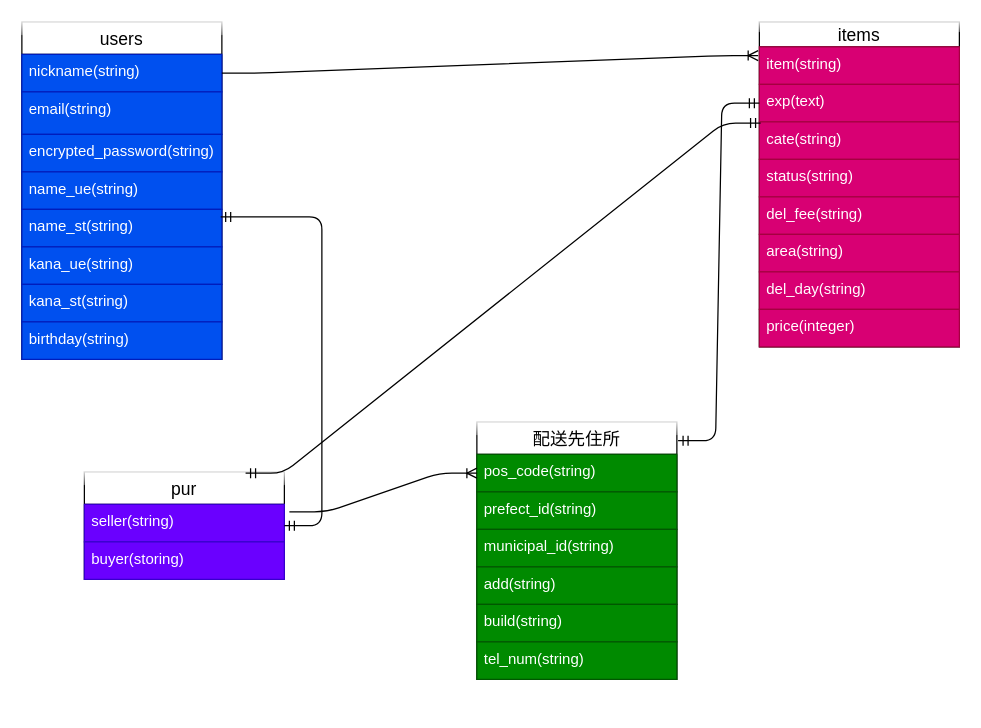
This is furima.dio from waribasi/furima-36985, a draw.io file, before an edit. Source tidied: cells renumbered, new cells numbered last; positions are measured from the earlier drawing's top-left corner, leaving out a move shared by most shapes. Both pictures are drawn from the tidied source at 125%, with x=0, y=0 at pixel (21, 21).
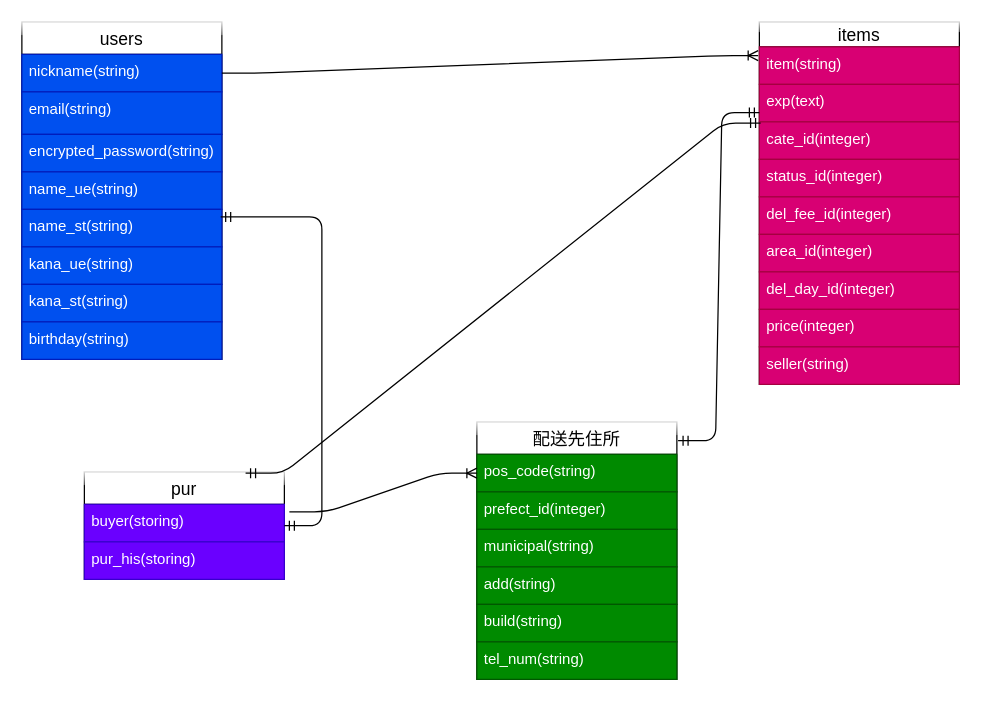
The same page after the edit.

Commit message (it also covers changes not shown here):
データベース設計（修正２）

The change refers to these unchanged cells:
```xml
<mxCell id="20" value="配送先住所" style="swimlane;fontStyle=0;horizontal=1;startSize=26;align=center;fontSize=14;glass=1;" parent="1" vertex="1">
  <mxGeometry x="364" y="320" width="160" height="206" as="geometry" />
</mxCell>
<mxCell id="21" value="pos_code(string)" style="text;strokeColor=#005700;fillColor=#008a00;spacingLeft=4;spacingRight=4;overflow=hidden;points=[[0,0.5],[1,0.5]];portConstraint=eastwest;fontSize=12;fontColor=#ffffff;" parent="20" vertex="1">
  <mxGeometry y="26" width="160" height="30" as="geometry" />
</mxCell>
<mxCell id="31" value="pur" style="swimlane;fontStyle=0;horizontal=1;startSize=26;align=center;fontSize=14;glass=1;" parent="1" vertex="1">
  <mxGeometry x="50" y="360" width="160" height="86" as="geometry" />
</mxCell>
```

The edit, as a diff of the source:
```diff
@@
     <mxCell id="11" value="items" style="swimlane;fontStyle=0;horizontal=1;startSize=20;align=center;fontSize=14;glass=1;" parent="1" vertex="1">
-      <mxGeometry x="590" width="160" height="260" as="geometry" />
+      <mxGeometry x="590" width="160" height="290" as="geometry" />
     </mxCell>
@@
-    <mxCell id="14" value="cate(string)" style="text;strokeColor=#A50040;fillColor=#d80073;spacingLeft=4;spacingRight=4;overflow=hidden;points=[[0,0.5],[1,0.5]];portConstraint=eastwest;fontSize=12;fontColor=#ffffff;" parent="11" vertex="1">
+    <mxCell id="14" value="cate_id(integer)" style="text;strokeColor=#A50040;fillColor=#d80073;spacingLeft=4;spacingRight=4;overflow=hidden;points=[[0,0.5],[1,0.5]];portConstraint=eastwest;fontSize=12;fontColor=#ffffff;" parent="11" vertex="1">
       <mxGeometry y="80" width="160" height="30" as="geometry" />
     </mxCell>
-    <mxCell id="15" value="status(string)" style="text;strokeColor=#A50040;fillColor=#d80073;spacingLeft=4;spacingRight=4;overflow=hidden;fontSize=12;fontColor=#ffffff;" parent="11" vertex="1">
+    <mxCell id="15" value="status_id(integer)" style="text;strokeColor=#A50040;fillColor=#d80073;spacingLeft=4;spacingRight=4;overflow=hidden;fontSize=12;fontColor=#ffffff;" parent="11" vertex="1">
       <mxGeometry y="110" width="160" height="30" as="geometry" />
     </mxCell>
-    <mxCell id="16" value="del_fee(string)" style="text;strokeColor=#A50040;fillColor=#d80073;spacingLeft=4;spacingRight=4;overflow=hidden;fontSize=12;fontColor=#ffffff;" parent="11" vertex="1">
+    <mxCell id="16" value="del_fee_id(integer)" style="text;strokeColor=#A50040;fillColor=#d80073;spacingLeft=4;spacingRight=4;overflow=hidden;fontSize=12;fontColor=#ffffff;" parent="11" vertex="1">
       <mxGeometry y="140" width="160" height="30" as="geometry" />
     </mxCell>
-    <mxCell id="17" value="area(string)" style="text;strokeColor=#A50040;fillColor=#d80073;spacingLeft=4;spacingRight=4;overflow=hidden;fontSize=12;fontColor=#ffffff;" parent="11" vertex="1">
+    <mxCell id="17" value="area_id(integer)" style="text;strokeColor=#A50040;fillColor=#d80073;spacingLeft=4;spacingRight=4;overflow=hidden;fontSize=12;fontColor=#ffffff;" parent="11" vertex="1">
       <mxGeometry y="170" width="160" height="30" as="geometry" />
     </mxCell>
-    <mxCell id="18" value="del_day(string)" style="text;strokeColor=#A50040;fillColor=#d80073;spacingLeft=4;spacingRight=4;overflow=hidden;fontSize=12;fontColor=#ffffff;" parent="11" vertex="1">
+    <mxCell id="18" value="del_day_id(integer)" style="text;strokeColor=#A50040;fillColor=#d80073;spacingLeft=4;spacingRight=4;overflow=hidden;fontSize=12;fontColor=#ffffff;" parent="11" vertex="1">
       <mxGeometry y="200" width="160" height="30" as="geometry" />
     </mxCell>
@@
+    <mxCell id="32" value="seller(string)" style="text;strokeColor=#A50040;fillColor=#d80073;spacingLeft=4;spacingRight=4;overflow=hidden;points=[[0,0.5],[1,0.5]];portConstraint=eastwest;fontSize=12;fontColor=#ffffff;" parent="11" vertex="1">
+      <mxGeometry y="260" width="160" height="30" as="geometry" />
+    </mxCell>
@@
-    <mxCell id="22" value="prefect_id(string)" style="text;strokeColor=#005700;fillColor=#008a00;spacingLeft=4;spacingRight=4;overflow=hidden;fontSize=12;fontColor=#ffffff;" parent="20" vertex="1">
+    <mxCell id="22" value="prefect_id(integer)" style="text;strokeColor=#005700;fillColor=#008a00;spacingLeft=4;spacingRight=4;overflow=hidden;fontSize=12;fontColor=#ffffff;" parent="20" vertex="1">
       <mxGeometry y="56" width="160" height="30" as="geometry" />
     </mxCell>
-    <mxCell id="23" value="municipal_id(string)" style="text;strokeColor=#005700;fillColor=#008a00;spacingLeft=4;spacingRight=4;overflow=hidden;fontSize=12;fontColor=#ffffff;" parent="20" vertex="1">
+    <mxCell id="23" value="municipal(string)" style="text;strokeColor=#005700;fillColor=#008a00;spacingLeft=4;spacingRight=4;overflow=hidden;fontSize=12;fontColor=#ffffff;" parent="20" vertex="1">
       <mxGeometry y="86" width="160" height="30" as="geometry" />
     </mxCell>
@@
-    <mxCell id="27" style="edgeStyle=entityRelationEdgeStyle;fontSize=12;html=1;endArrow=ERoneToMany;entryX=0;entryY=0.5;entryDx=0;entryDy=0;exitX=1.025;exitY=0.2;exitDx=0;exitDy=0;exitPerimeter=0;" parent="1" edge="1" source="32" target="21">
-      <mxGeometry relative="1" as="geometry" />
+    <mxCell id="27" style="edgeStyle=entityRelationEdgeStyle;fontSize=12;html=1;endArrow=ERoneToMany;entryX=0;entryY=0.5;entryDx=0;entryDy=0;exitX=1.025;exitY=0.2;exitDx=0;exitDy=0;exitPerimeter=0;" parent="1" edge="1" target="21">
+      <mxGeometry relative="1" as="geometry">
+        <mxPoint x="214" y="392" as="sourcePoint" />
+      </mxGeometry>
     </mxCell>
@@
-    <mxCell id="32" value="seller(string)" style="text;strokeColor=#3700CC;fillColor=#6a00ff;spacingLeft=4;spacingRight=4;overflow=hidden;points=[[0,0.5],[1,0.5]];portConstraint=eastwest;fontSize=12;fontColor=#ffffff;" parent="31" vertex="1">
-      <mxGeometry y="26" width="160" height="30" as="geometry" />
-    </mxCell>
     <mxCell id="33" value="buyer(storing)" style="text;strokeColor=#3700CC;fillColor=#6a00ff;spacingLeft=4;spacingRight=4;overflow=hidden;fontSize=12;fontColor=#ffffff;" parent="31" vertex="1">
-      <mxGeometry y="56" width="160" height="30" as="geometry" />
+      <mxGeometry y="26" width="160" height="30" as="geometry" />
     </mxCell>
+    <mxCell id="36" value="pur_his(storing)" style="text;strokeColor=#3700CC;fillColor=#6a00ff;spacingLeft=4;spacingRight=4;overflow=hidden;fontSize=12;fontColor=#ffffff;" parent="31" vertex="1">
+      <mxGeometry y="56" width="160" height="30" as="geometry" />
+    </mxCell>
```
